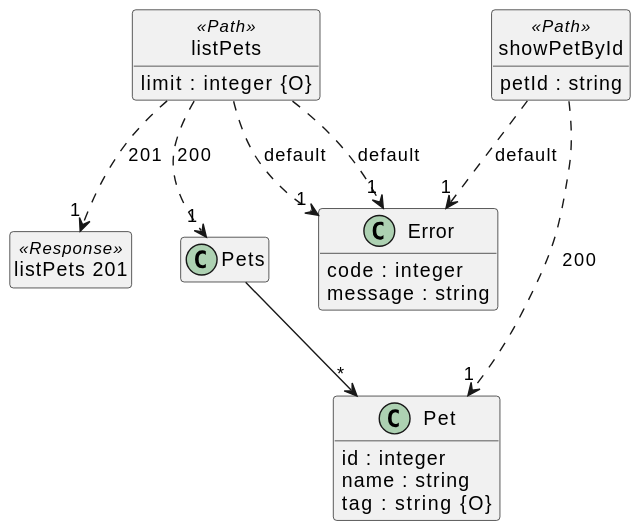
Above: src/docs/tests/petstore.puml.svg in davidmoten/openapi-to-plantuml (PlantUML), before the change.
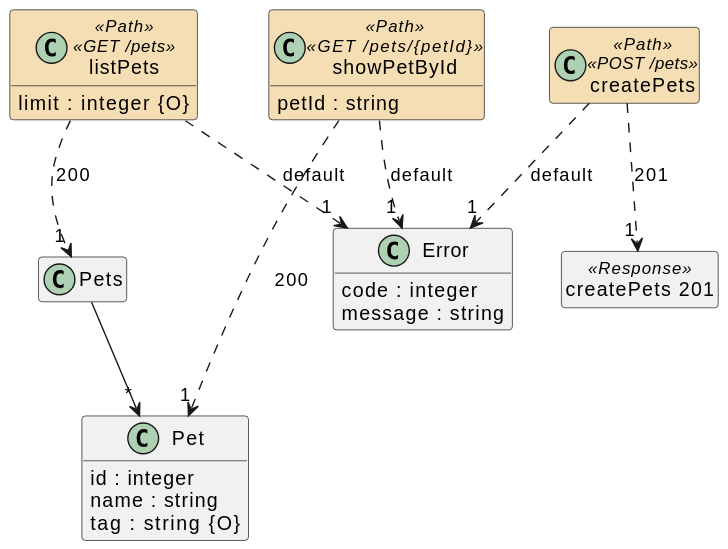
The same diagram one commit later.

Change to the diagram source:
```diff
@@ -4,6 +4,9 @@
 hide <<Parameter>> circle
 hide empty methods
 hide empty fields
+skinparam class {
+BackgroundColor<<Path>> Wheat
+BorderColor<<Path>> Tomato}
 set namespaceSeparator none
 
 class "Pet" {
@@ -20,17 +23,17 @@
   {field} message : string
 }
 
-class "listPets" <<Path>> {
+class "listPets" <<Path>>  <<GET /pets>>  {
   {field} limit : integer {O}
 }
 
-class "listPets" <<Path>> {
+class "createPets" <<Path>>  <<POST /pets>>  {
 }
 
-class "listPets 201" <<Response>> {
+class "createPets 201" <<Response>>  {
 }
 
-class "showPetById" <<Path>> {
+class "showPetById" <<Path>>  <<GET /pets/{petId}>>  {
   {field} petId : string
 }
 
@@ -40,9 +43,9 @@
 
 "listPets" ..> "1" "Error"  :  "default"
 
-"listPets" ..> "1" "listPets 201"  :  "201"
+"createPets" ..> "1" "createPets 201"  :  "201"
 
-"listPets" ..> "1" "Error"  :  "default"
+"createPets" ..> "1" "Error"  :  "default"
 
 "showPetById" ..> "1" "Pet"  :  "200"
 
```
